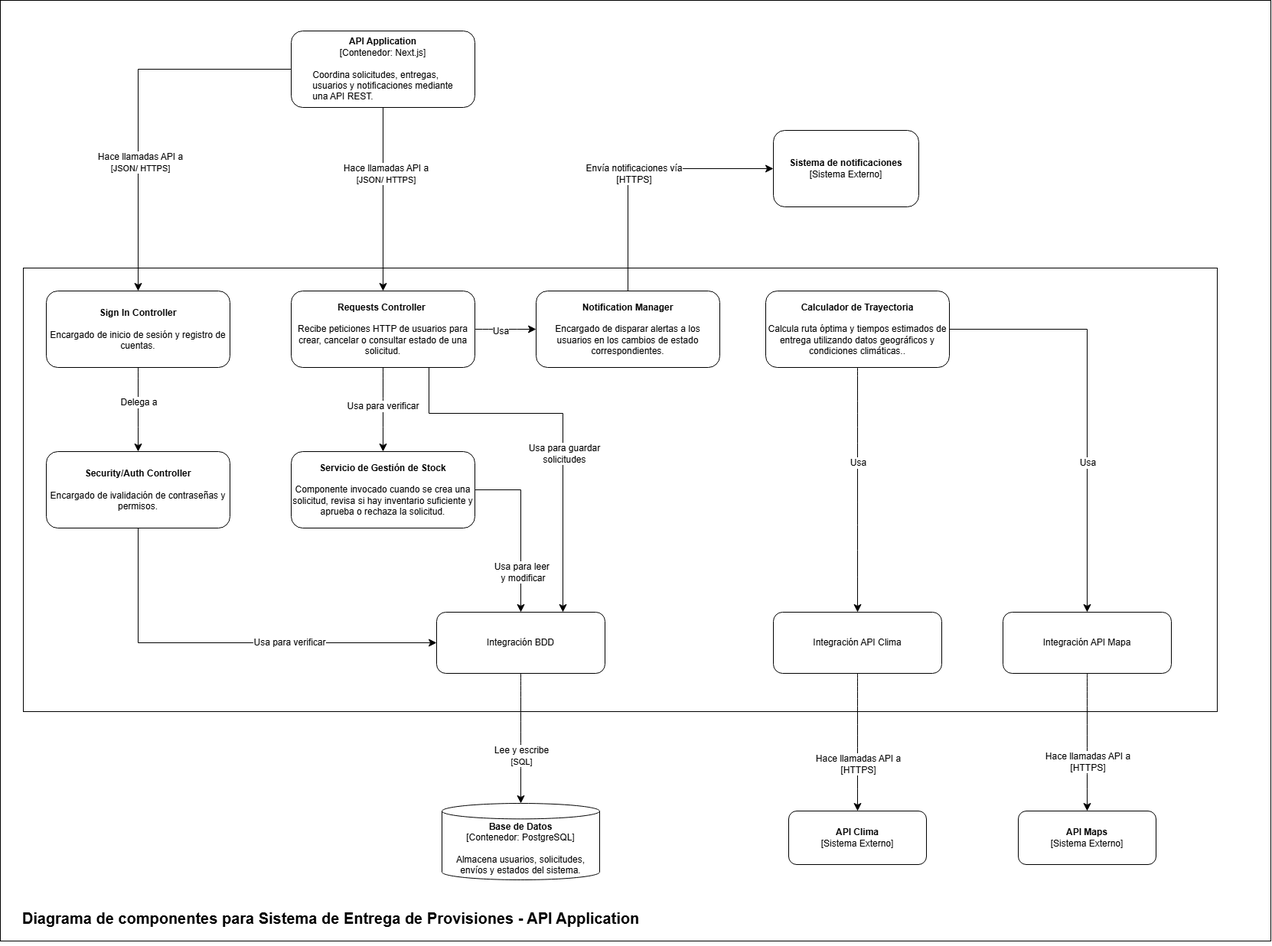
The draw.io diagram Documentos/Diagramas C4/Componentes-final.png in proyecto-lanzador-de-suministros/Proyecto-lanzar, before a commit. Source tidied: cells renumbered, new cells last; positions are measured from the earlier drawing's top-left corner, leaving out a move shared by most shapes.
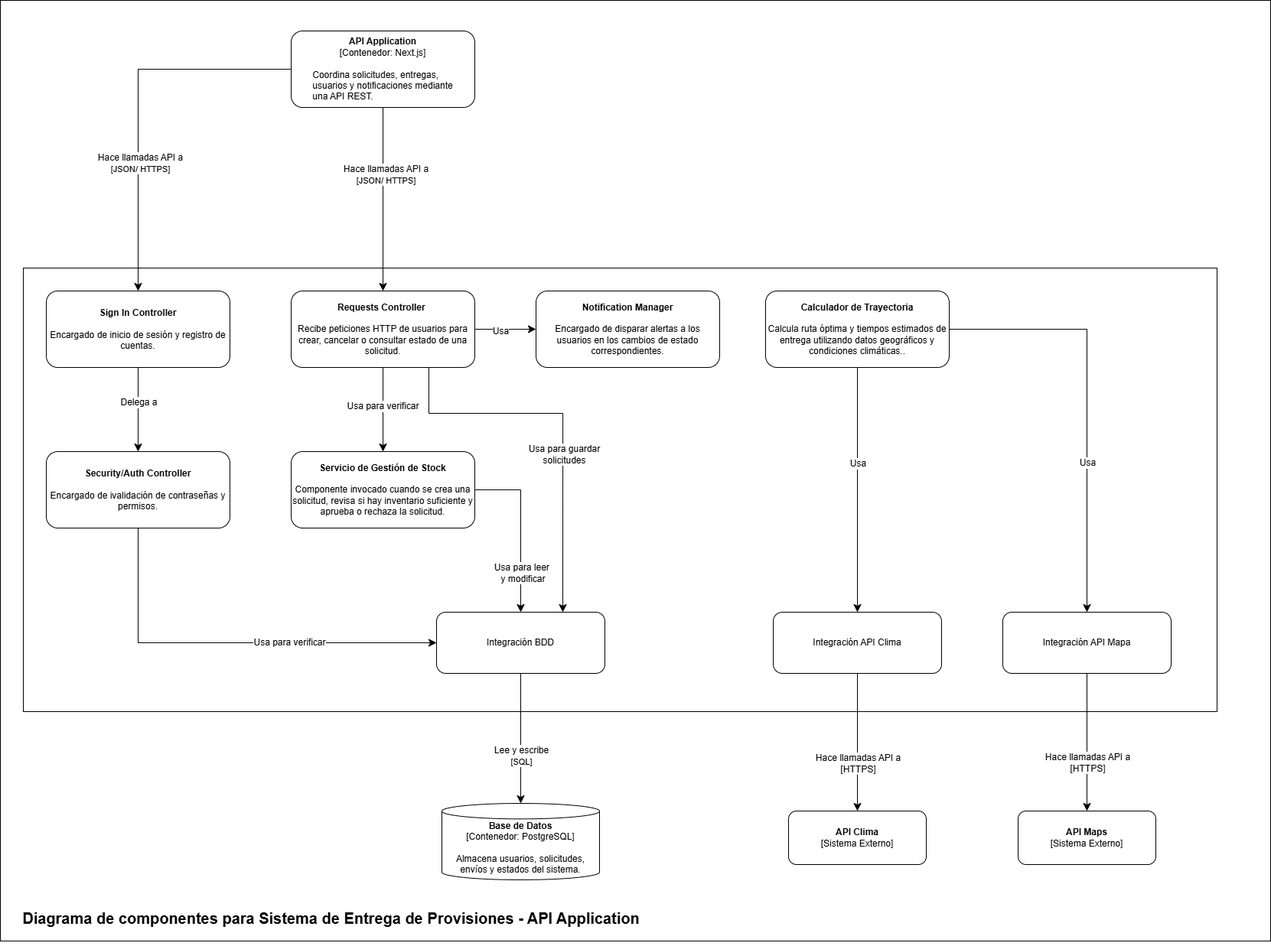
The same diagram one commit later.

Commit message:
diagramas c4 finales

The edit, as a diff of the source:
```diff
@@ -104,16 +104,6 @@
     <mxCell id="26" value="Integración API Clima" style="rounded=1;whiteSpace=wrap;html=1;" parent="1" vertex="1">
       <mxGeometry x="1010" y="800" width="220" height="80" as="geometry" />
     </mxCell>
-    <mxCell id="27" style="edgeStyle=orthogonalEdgeStyle;rounded=0;jettySize=auto;html=1;entryX=0;entryY=0.5;entryDx=0;entryDy=0;fontSize=12;startSize=8;endSize=8;" parent="1" edge="1" source="29" target="39">
-      <mxGeometry relative="1" as="geometry">
-        <Array as="points">
-          <mxPoint x="820" y="220" />
-        </Array>
-      </mxGeometry>
-    </mxCell>
-    <mxCell id="28" value="Envía notificaciones vía&lt;div&gt;[HTTPS]&lt;/div&gt;" style="edgeLabel;html=1;align=center;verticalAlign=middle;fontSize=12;" parent="27" vertex="1">
-      <mxGeometry x="-0.04" y="-6" relative="1" as="geometry" />
-    </mxCell>
     <mxCell id="29" value="&lt;div&gt;&lt;b&gt;Notification Manager&lt;/b&gt;&lt;/div&gt;&lt;div&gt;&lt;br&gt;&lt;/div&gt;&lt;div&gt;Encargado de disparar alertas a los usuarios en los cambios de estado correspondientes.&lt;/div&gt;" style="rounded=1;whiteSpace=wrap;html=1;" parent="1" vertex="1">
       <mxGeometry x="700" y="380" width="240" height="100" as="geometry" />
     </mxCell>
@@ -144,9 +134,6 @@
     <mxCell id="38" value="&lt;b&gt;API Clima&lt;/b&gt;&lt;div&gt;[Sistema Externo]&lt;/div&gt;" style="rounded=1;whiteSpace=wrap;html=1;" parent="1" vertex="1">
       <mxGeometry x="1030" y="1060" width="180" height="70" as="geometry" />
     </mxCell>
-    <mxCell id="39" value="&lt;b&gt;Sistema de notificaciones&lt;/b&gt;&lt;div&gt;[Sistema Externo]&lt;/div&gt;" style="rounded=1;whiteSpace=wrap;html=1;" parent="1" vertex="1">
-      <mxGeometry x="1010" y="170" width="190" height="100" as="geometry" />
-    </mxCell>
     <mxCell id="40" value="&lt;b&gt;API Maps&lt;/b&gt;&lt;div&gt;[Sistema Externo]&lt;/div&gt;" style="rounded=1;whiteSpace=wrap;html=1;" parent="1" vertex="1">
       <mxGeometry x="1330" y="1060" width="180" height="70" as="geometry" />
     </mxCell>
```
